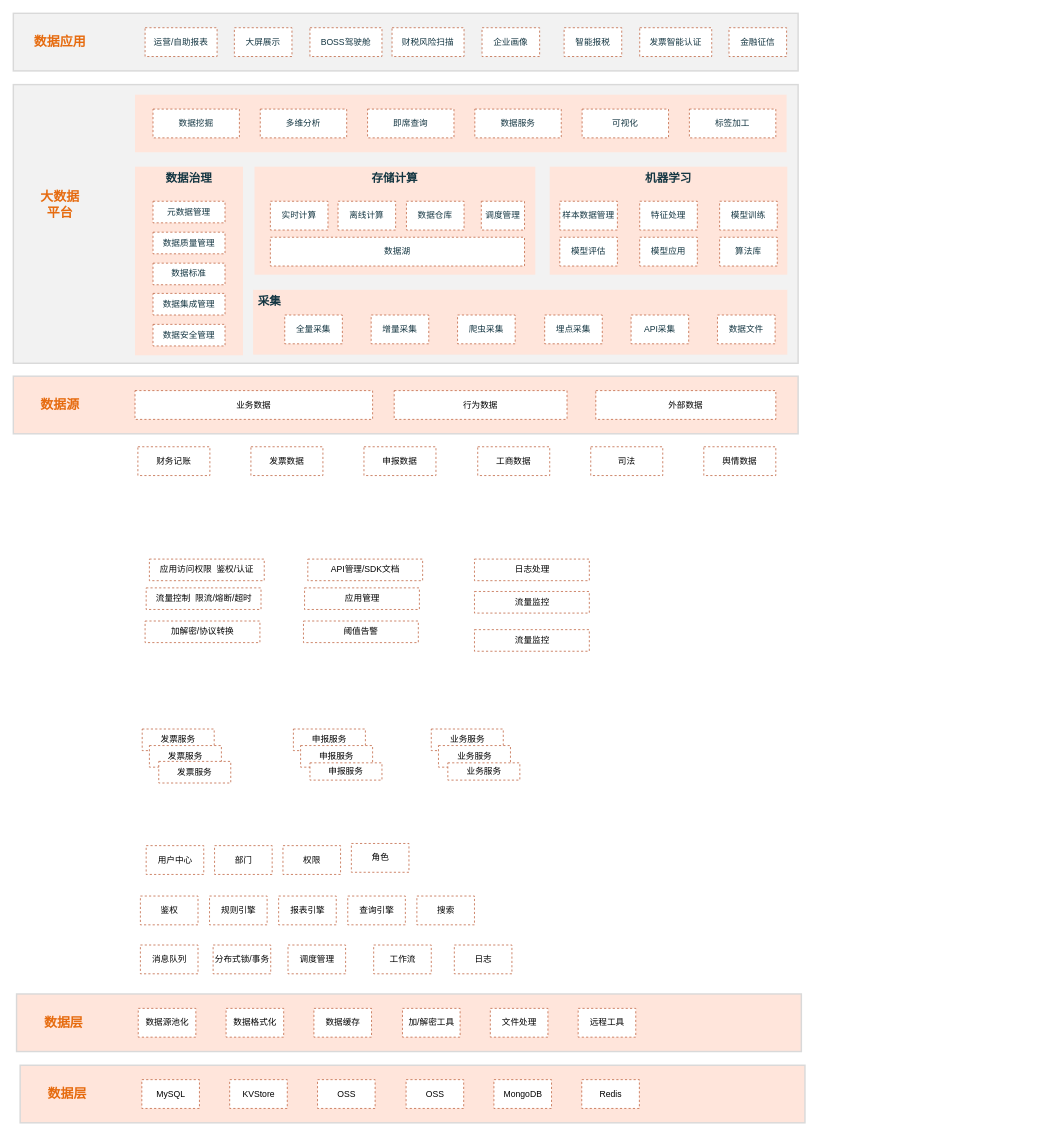
The draw.io diagram 大数据.drawio in xingzhihe/hello-world, before the edit. Source tidied: cells renumbered, new cells numbered last; positions are measured from the earlier drawing's top-left corner, leaving out a move shared by most shapes. Both pictures are drawn from the tidied source at 72%, with x=0, y=0 at pixel (13, 13).
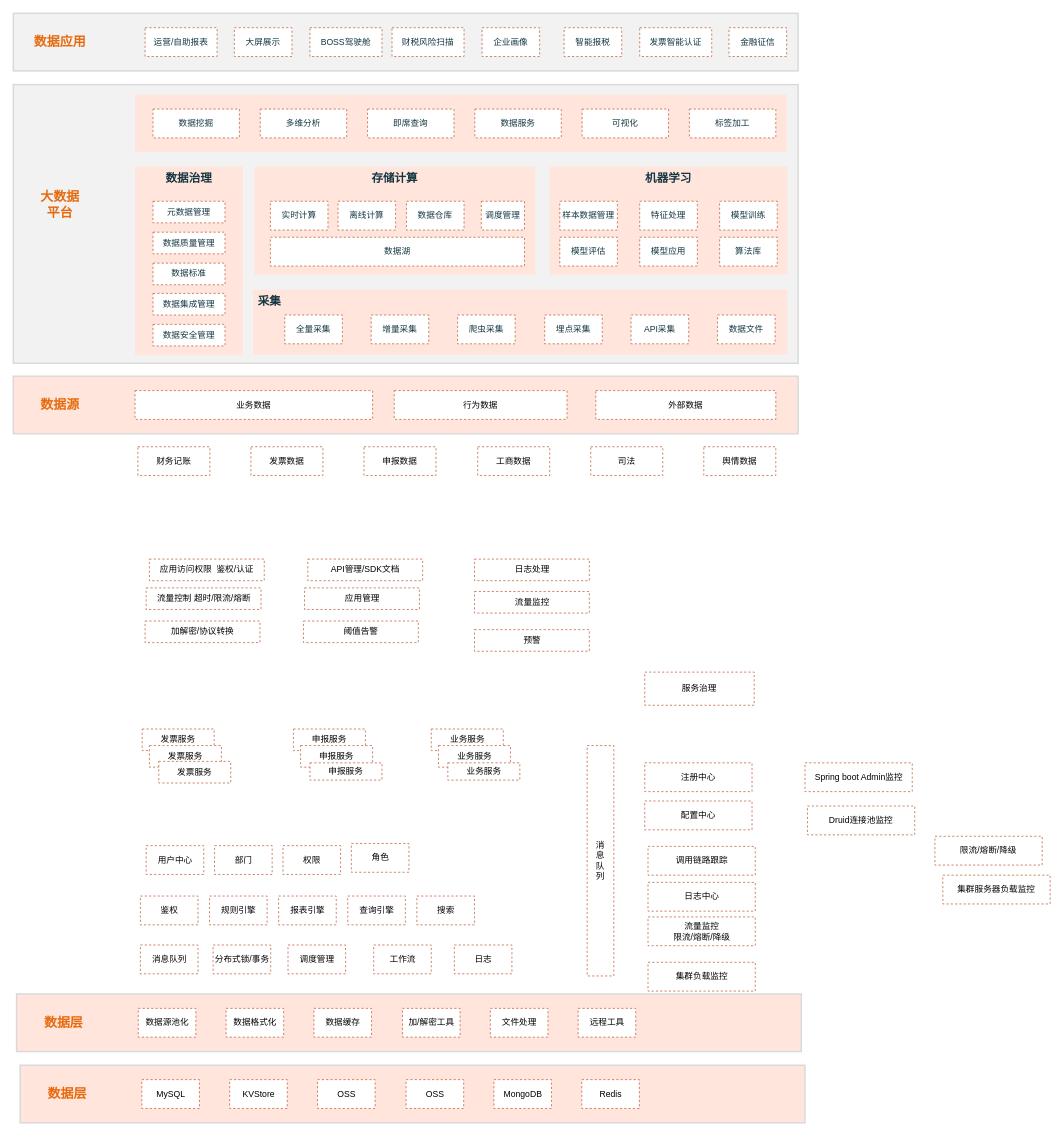
After the change.

Commit message:
更新大数据.drawio

The edit, as a diff of the source:
```diff
@@
-    <mxCell id="98" value="流量控制&amp;nbsp; 限流/熔断/超时" style="whiteSpace=wrap;html=1;strokeColor=#BB5933;dashed=1;" parent="1" vertex="1">
+    <mxCell id="98" value="流量控制 超时/限流/熔断" style="whiteSpace=wrap;html=1;strokeColor=#BB5933;dashed=1;" parent="1" vertex="1">
       <mxGeometry x="184.5" y="798" width="159.5" height="30" as="geometry" />
     </mxCell>
@@
-    <mxCell id="105" value="流量监控" style="whiteSpace=wrap;html=1;strokeColor=#BB5933;dashed=1;" parent="1" vertex="1">
+    <mxCell id="105" value="预警" style="whiteSpace=wrap;html=1;strokeColor=#BB5933;dashed=1;" parent="1" vertex="1">
       <mxGeometry x="640.5" y="856" width="159.5" height="30" as="geometry" />
     </mxCell>
+    <mxCell id="106" value="消&lt;br&gt;息&lt;br&gt;队&lt;br&gt;列" style="whiteSpace=wrap;html=1;strokeColor=#BB5933;dashed=1;" parent="1" vertex="1">
+      <mxGeometry x="797" y="1017" width="37" height="320" as="geometry" />
+    </mxCell>
+    <mxCell id="107" value="服务治理" style="whiteSpace=wrap;html=1;strokeColor=#BB5933;dashed=1;" parent="1" vertex="1">
+      <mxGeometry x="877" y="915" width="152" height="46" as="geometry" />
+    </mxCell>
+    <mxCell id="108" value="Spring boot Admin监控" style="whiteSpace=wrap;html=1;strokeColor=#BB5933;dashed=1;" parent="1" vertex="1">
+      <mxGeometry x="1099.5" y="1041" width="149" height="40" as="geometry" />
+    </mxCell>
+    <mxCell id="109" value="Druid连接池监控" style="whiteSpace=wrap;html=1;strokeColor=#BB5933;dashed=1;" parent="1" vertex="1">
+      <mxGeometry x="1103" y="1101" width="149" height="40" as="geometry" />
+    </mxCell>
+    <mxCell id="110" value="调用链路跟踪" style="whiteSpace=wrap;html=1;strokeColor=#BB5933;dashed=1;" parent="1" vertex="1">
+      <mxGeometry x="881.5" y="1157" width="149" height="40" as="geometry" />
+    </mxCell>
+    <mxCell id="111" value="日志中心" style="whiteSpace=wrap;html=1;strokeColor=#BB5933;dashed=1;" parent="1" vertex="1">
+      <mxGeometry x="881.5" y="1207" width="149" height="40" as="geometry" />
+    </mxCell>
+    <mxCell id="112" value="集群负载监控" style="whiteSpace=wrap;html=1;strokeColor=#BB5933;dashed=1;" parent="1" vertex="1">
+      <mxGeometry x="881.5" y="1318" width="149" height="40" as="geometry" />
+    </mxCell>
+    <mxCell id="113" value="集群服务器负载监控" style="whiteSpace=wrap;html=1;strokeColor=#BB5933;dashed=1;" parent="1" vertex="1">
+      <mxGeometry x="1291" y="1197" width="149" height="40" as="geometry" />
+    </mxCell>
+    <mxCell id="114" value="限流/熔断/降级" style="whiteSpace=wrap;html=1;strokeColor=#BB5933;dashed=1;" parent="1" vertex="1">
+      <mxGeometry x="1280" y="1143" width="149" height="40" as="geometry" />
+    </mxCell>
+    <mxCell id="115" value="流量监控&lt;br&gt;限流/熔断/降级" style="whiteSpace=wrap;html=1;strokeColor=#BB5933;dashed=1;" parent="1" vertex="1">
+      <mxGeometry x="881.5" y="1255" width="149" height="40" as="geometry" />
+    </mxCell>
+    <mxCell id="116" value="配置中心" style="whiteSpace=wrap;html=1;strokeColor=#BB5933;dashed=1;" parent="1" vertex="1">
+      <mxGeometry x="877" y="1094" width="149" height="40" as="geometry" />
+    </mxCell>
+    <mxCell id="117" value="注册中心" style="whiteSpace=wrap;html=1;strokeColor=#BB5933;dashed=1;" parent="1" vertex="1">
+      <mxGeometry x="877" y="1041" width="149" height="40" as="geometry" />
+    </mxCell>
```
